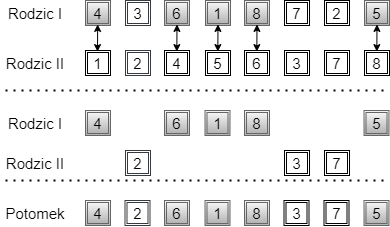
The draw.io diagram grafika/krzyzowanie4.png in KamilLetowski/mgr, before a commit. Source tidied: cells renumbered, new cells last; positions are measured from the earlier drawing's top-left corner, leaving out a move shared by most shapes.
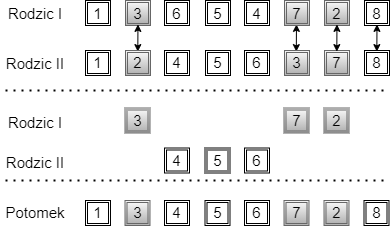
Later version of the same file.

What changed in the source:
```diff
@@ -2,34 +2,34 @@
   <root>
     <mxCell id="0" />
     <mxCell id="1" parent="0" />
-    <mxCell id="2" value="&lt;span style=&quot;font-size: 15px&quot;&gt;5&lt;/span&gt;" style="shape=ext;double=1;rounded=0;whiteSpace=wrap;html=1;gradientColor=#b3b3b3;fillColor=#f5f5f5;strokeColor=#666666;" parent="1" vertex="1">
+    <mxCell id="2" value="&lt;span style=&quot;font-size: 15px&quot;&gt;8&lt;/span&gt;" style="shape=ext;double=1;rounded=0;whiteSpace=wrap;html=1;" parent="1" vertex="1">
       <mxGeometry x="364" width="25" height="25" as="geometry" />
     </mxCell>
-    <mxCell id="3" value="&lt;span style=&quot;font-size: 15px&quot;&gt;2&lt;/span&gt;" style="shape=ext;double=1;rounded=0;whiteSpace=wrap;html=1;" parent="1" vertex="1">
+    <mxCell id="3" value="&lt;span style=&quot;font-size: 15px&quot;&gt;2&lt;/span&gt;" style="shape=ext;double=1;rounded=0;whiteSpace=wrap;html=1;fillColor=#f5f5f5;strokeColor=#666666;gradientColor=#b3b3b3;" parent="1" vertex="1">
       <mxGeometry x="324" width="25" height="25" as="geometry" />
     </mxCell>
-    <mxCell id="4" value="&lt;span style=&quot;font-size: 15px&quot;&gt;4&lt;/span&gt;" style="shape=ext;double=1;rounded=0;whiteSpace=wrap;html=1;strokeColor=#666666;fillColor=#f5f5f5;gradientColor=#b3b3b3;" parent="1" vertex="1">
+    <mxCell id="4" value="&lt;span style=&quot;font-size: 15px&quot;&gt;1&lt;/span&gt;" style="shape=ext;double=1;rounded=0;whiteSpace=wrap;html=1;fillColor=none;" parent="1" vertex="1">
       <mxGeometry x="85" width="25" height="25" as="geometry" />
     </mxCell>
-    <mxCell id="5" value="&lt;span style=&quot;font-size: 15px&quot;&gt;3&lt;/span&gt;" style="shape=ext;double=1;rounded=0;whiteSpace=wrap;html=1;strokeColor=#36393d;fillColor=#FFFFFF;" parent="1" vertex="1">
+    <mxCell id="5" value="&lt;span style=&quot;font-size: 15px&quot;&gt;3&lt;/span&gt;" style="shape=ext;double=1;rounded=0;whiteSpace=wrap;html=1;strokeColor=#666666;fillColor=#f5f5f5;gradientColor=#b3b3b3;" parent="1" vertex="1">
       <mxGeometry x="125" width="25" height="25" as="geometry" />
     </mxCell>
-    <mxCell id="6" value="&lt;span style=&quot;font-size: 15px&quot;&gt;6&lt;/span&gt;" style="shape=ext;double=1;rounded=0;whiteSpace=wrap;html=1;strokeColor=#666666;fillColor=#f5f5f5;gradientColor=#b3b3b3;" parent="1" vertex="1">
+    <mxCell id="6" value="&lt;span style=&quot;font-size: 15px&quot;&gt;6&lt;/span&gt;" style="shape=ext;double=1;rounded=0;whiteSpace=wrap;html=1;" parent="1" vertex="1">
       <mxGeometry x="164" width="25" height="25" as="geometry" />
     </mxCell>
-    <mxCell id="7" value="&lt;span style=&quot;font-size: 15px&quot;&gt;1&lt;/span&gt;" style="shape=ext;double=1;rounded=0;whiteSpace=wrap;html=1;gradientColor=#b3b3b3;fillColor=#f5f5f5;strokeColor=#666666;" parent="1" vertex="1">
+    <mxCell id="7" value="&lt;span style=&quot;font-size: 15px&quot;&gt;5&lt;/span&gt;" style="shape=ext;double=1;rounded=0;whiteSpace=wrap;html=1;" parent="1" vertex="1">
       <mxGeometry x="205" width="25" height="25" as="geometry" />
     </mxCell>
-    <mxCell id="8" value="&lt;span style=&quot;font-size: 15px&quot;&gt;8&lt;/span&gt;" style="shape=ext;double=1;rounded=0;whiteSpace=wrap;html=1;gradientColor=#b3b3b3;fillColor=#f5f5f5;strokeColor=#666666;" parent="1" vertex="1">
+    <mxCell id="8" value="&lt;span style=&quot;font-size: 15px&quot;&gt;4&lt;/span&gt;" style="shape=ext;double=1;rounded=0;whiteSpace=wrap;html=1;" parent="1" vertex="1">
       <mxGeometry x="244" width="25" height="25" as="geometry" />
     </mxCell>
-    <mxCell id="9" value="&lt;span style=&quot;font-size: 15px&quot;&gt;7&lt;/span&gt;" style="shape=ext;double=1;rounded=0;whiteSpace=wrap;html=1;" parent="1" vertex="1">
-      <mxGeometry x="284" width="25" height="25" as="geometry" />
+    <mxCell id="9" value="&lt;span style=&quot;font-size: 15px&quot;&gt;7&lt;/span&gt;" style="shape=ext;double=1;rounded=0;whiteSpace=wrap;html=1;fillColor=#f5f5f5;strokeColor=#666666;gradientColor=#b3b3b3;" parent="1" vertex="1">
+      <mxGeometry x="283.5" y="107.5" width="25" height="25" as="geometry" />
     </mxCell>
     <mxCell id="10" value="&lt;span style=&quot;font-size: 15px&quot;&gt;8&lt;/span&gt;" style="shape=ext;double=1;rounded=0;whiteSpace=wrap;html=1;" parent="1" vertex="1">
       <mxGeometry x="364" y="50" width="25" height="25" as="geometry" />
     </mxCell>
-    <mxCell id="11" value="&lt;span style=&quot;font-size: 15px&quot;&gt;7&lt;/span&gt;" style="shape=ext;double=1;rounded=0;whiteSpace=wrap;html=1;" parent="1" vertex="1">
+    <mxCell id="11" value="&lt;span style=&quot;font-size: 15px&quot;&gt;7&lt;/span&gt;" style="shape=ext;double=1;rounded=0;whiteSpace=wrap;html=1;fillColor=#f5f5f5;strokeColor=#666666;gradientColor=#b3b3b3;" parent="1" vertex="1">
       <mxGeometry x="324" y="50" width="25" height="25" as="geometry" />
     </mxCell>
     <mxCell id="12" value="&lt;span style=&quot;font-size: 15px&quot;&gt;1&lt;/span&gt;" style="shape=ext;double=1;rounded=0;whiteSpace=wrap;html=1;" parent="1" vertex="1">
@@ -58,26 +58,20 @@
     </mxCell>
     <mxCell id="20" style="endArrow=classic;startArrow=classic;html=1;strokeWidth=0;" parent="1" edge="1">
       <mxGeometry relative="1" as="geometry">
-        <mxPoint x="97" y="50" as="sourcePoint" />
-        <mxPoint x="97.2" y="25" as="targetPoint" />
+        <mxPoint x="137.3" y="50" as="sourcePoint" />
+        <mxPoint x="137.5" y="25" as="targetPoint" />
       </mxGeometry>
     </mxCell>
-    <mxCell id="21" style="endArrow=classic;startArrow=classic;html=1;strokeWidth=0;" parent="1" edge="1">
-      <mxGeometry relative="1" as="geometry">
-        <mxPoint x="176.3" y="50" as="sourcePoint" />
-        <mxPoint x="176.5" y="25" as="targetPoint" />
-      </mxGeometry>
-    </mxCell>
     <mxCell id="22" style="endArrow=classic;startArrow=classic;html=1;strokeWidth=0;" parent="1" edge="1">
       <mxGeometry relative="1" as="geometry">
-        <mxPoint x="217.3" y="50" as="sourcePoint" />
-        <mxPoint x="217.5" y="25" as="targetPoint" />
+        <mxPoint x="295.8" y="50" as="sourcePoint" />
+        <mxPoint x="296" y="25" as="targetPoint" />
       </mxGeometry>
     </mxCell>
     <mxCell id="23" style="endArrow=classic;startArrow=classic;html=1;strokeWidth=0;" parent="1" edge="1">
       <mxGeometry relative="1" as="geometry">
-        <mxPoint x="256.3" y="50" as="sourcePoint" />
-        <mxPoint x="256.5" y="25" as="targetPoint" />
+        <mxPoint x="336.3" y="50" as="sourcePoint" />
+        <mxPoint x="336.5" y="25" as="targetPoint" />
       </mxGeometry>
     </mxCell>
     <mxCell id="24" style="endArrow=classic;startArrow=classic;html=1;strokeWidth=0;" parent="1" edge="1">
@@ -86,67 +80,43 @@
         <mxPoint x="376.5" y="25" as="targetPoint" />
       </mxGeometry>
     </mxCell>
-    <mxCell id="25" value="&lt;span style=&quot;font-size: 15px&quot;&gt;2&lt;/span&gt;" style="shape=ext;double=1;rounded=0;whiteSpace=wrap;html=1;strokeColor=#36393d;fillColor=#FFFFFF;" parent="1" vertex="1">
+    <mxCell id="25" value="&lt;span style=&quot;font-size: 15px&quot;&gt;2&lt;/span&gt;" style="shape=ext;double=1;rounded=0;whiteSpace=wrap;html=1;strokeColor=#666666;fillColor=#f5f5f5;gradientColor=#b3b3b3;" parent="1" vertex="1">
       <mxGeometry x="125" y="50" width="25" height="25" as="geometry" />
     </mxCell>
-    <mxCell id="26" value="&lt;span style=&quot;font-size: 15px&quot;&gt;3&lt;/span&gt;" style="shape=ext;double=1;rounded=0;whiteSpace=wrap;html=1;" parent="1" vertex="1">
+    <mxCell id="26" value="&lt;span style=&quot;font-size: 15px&quot;&gt;3&lt;/span&gt;" style="shape=ext;double=1;rounded=0;whiteSpace=wrap;html=1;fillColor=#f5f5f5;strokeColor=#666666;gradientColor=#b3b3b3;" parent="1" vertex="1">
       <mxGeometry x="284" y="50" width="25" height="25" as="geometry" />
     </mxCell>
-    <mxCell id="27" value="&lt;span style=&quot;font-size: 15px&quot;&gt;7&lt;/span&gt;" style="shape=ext;double=1;rounded=0;whiteSpace=wrap;html=1;" parent="1" vertex="1">
-      <mxGeometry x="324" y="150" width="25" height="25" as="geometry" />
-    </mxCell>
-    <mxCell id="28" value="&lt;span style=&quot;font-size: 15px&quot;&gt;2&lt;/span&gt;" style="shape=ext;double=1;rounded=0;whiteSpace=wrap;html=1;strokeColor=#36393d;fillColor=#FFFFFF;" parent="1" vertex="1">
-      <mxGeometry x="125" y="150" width="25" height="25" as="geometry" />
-    </mxCell>
     <mxCell id="29" value="&lt;font style=&quot;font-size: 15px&quot;&gt;Rodzic II&lt;/font&gt;" style="text;html=1;strokeColor=none;fillColor=none;align=center;verticalAlign=middle;whiteSpace=wrap;rounded=0;" parent="1" vertex="1">
       <mxGeometry y="152.5" width="70" height="20" as="geometry" />
     </mxCell>
-    <mxCell id="30" value="&lt;span style=&quot;font-size: 15px&quot;&gt;3&lt;/span&gt;" style="shape=ext;double=1;rounded=0;whiteSpace=wrap;html=1;" parent="1" vertex="1">
-      <mxGeometry x="284" y="150" width="25" height="25" as="geometry" />
-    </mxCell>
-    <mxCell id="31" value="&lt;span style=&quot;font-size: 15px&quot;&gt;1&lt;/span&gt;" style="shape=ext;double=1;rounded=0;whiteSpace=wrap;html=1;gradientColor=#b3b3b3;fillColor=#f5f5f5;strokeColor=#666666;" parent="1" vertex="1">
-      <mxGeometry x="204.5" y="110" width="25" height="25" as="geometry" />
-    </mxCell>
-    <mxCell id="32" value="&lt;span style=&quot;font-size: 15px&quot;&gt;5&lt;/span&gt;" style="shape=ext;double=1;rounded=0;whiteSpace=wrap;html=1;gradientColor=#b3b3b3;fillColor=#f5f5f5;strokeColor=#666666;" parent="1" vertex="1">
-      <mxGeometry x="363.5" y="110" width="25" height="25" as="geometry" />
-    </mxCell>
-    <mxCell id="33" value="&lt;span style=&quot;font-size: 15px&quot;&gt;4&lt;/span&gt;" style="shape=ext;double=1;rounded=0;whiteSpace=wrap;html=1;strokeColor=#666666;fillColor=#f5f5f5;gradientColor=#b3b3b3;" parent="1" vertex="1">
-      <mxGeometry x="85" y="110" width="25" height="25" as="geometry" />
-    </mxCell>
     <mxCell id="34" value="&lt;font style=&quot;font-size: 15px&quot;&gt;Rodzic I&lt;/font&gt;" style="text;html=1;strokeColor=none;fillColor=none;align=center;verticalAlign=middle;whiteSpace=wrap;rounded=0;" parent="1" vertex="1">
       <mxGeometry y="112.5" width="70" height="20" as="geometry" />
     </mxCell>
-    <mxCell id="35" value="&lt;span style=&quot;font-size: 15px&quot;&gt;6&lt;/span&gt;" style="shape=ext;double=1;rounded=0;whiteSpace=wrap;html=1;strokeColor=#666666;fillColor=#f5f5f5;gradientColor=#b3b3b3;" parent="1" vertex="1">
-      <mxGeometry x="164" y="110" width="25" height="25" as="geometry" />
-    </mxCell>
-    <mxCell id="36" value="&lt;span style=&quot;font-size: 15px&quot;&gt;8&lt;/span&gt;" style="shape=ext;double=1;rounded=0;whiteSpace=wrap;html=1;gradientColor=#b3b3b3;fillColor=#f5f5f5;strokeColor=#666666;" parent="1" vertex="1">
-      <mxGeometry x="244" y="110" width="25" height="25" as="geometry" />
-    </mxCell>
-    <mxCell id="37" value="&lt;span style=&quot;font-size: 15px&quot;&gt;7&lt;/span&gt;" style="shape=ext;double=1;rounded=0;whiteSpace=wrap;html=1;" parent="1" vertex="1">
+    <mxCell id="37" value="&lt;span style=&quot;font-size: 15px&quot;&gt;2&lt;/span&gt;" style="shape=ext;double=1;rounded=0;whiteSpace=wrap;html=1;gradientColor=#b3b3b3;fillColor=#f5f5f5;strokeColor=#666666;" parent="1" vertex="1">
       <mxGeometry x="323.5" y="200" width="25" height="25" as="geometry" />
     </mxCell>
-    <mxCell id="38" value="&lt;span style=&quot;font-size: 15px&quot;&gt;2&lt;/span&gt;" style="shape=ext;double=1;rounded=0;whiteSpace=wrap;html=1;strokeColor=#36393d;fillColor=#FFFFFF;" parent="1" vertex="1">
+    <mxCell id="38" value="&lt;span style=&quot;font-size: 15px&quot;&gt;3&lt;/span&gt;" style="shape=ext;double=1;rounded=0;whiteSpace=wrap;html=1;strokeColor=#666666;fillColor=#f5f5f5;gradientColor=#b3b3b3;" parent="1" vertex="1">
       <mxGeometry x="124.5" y="200" width="25" height="25" as="geometry" />
     </mxCell>
-    <mxCell id="39" value="&lt;span style=&quot;font-size: 15px&quot;&gt;3&lt;/span&gt;" style="shape=ext;double=1;rounded=0;whiteSpace=wrap;html=1;" parent="1" vertex="1">
+    <mxCell id="39" value="&lt;span style=&quot;font-size: 15px&quot;&gt;7&lt;/span&gt;" style="shape=ext;double=1;rounded=0;whiteSpace=wrap;html=1;gradientColor=#b3b3b3;fillColor=#f5f5f5;strokeColor=#666666;" parent="1" vertex="1">
       <mxGeometry x="283.5" y="200" width="25" height="25" as="geometry" />
     </mxCell>
-    <mxCell id="40" value="&lt;span style=&quot;font-size: 15px&quot;&gt;1&lt;/span&gt;" style="shape=ext;double=1;rounded=0;whiteSpace=wrap;html=1;gradientColor=#b3b3b3;fillColor=#f5f5f5;strokeColor=#666666;" parent="1" vertex="1">
+    <mxCell id="40" value="&lt;span style=&quot;font-size: 15px&quot;&gt;5&lt;/span&gt;" style="shape=ext;double=1;rounded=0;whiteSpace=wrap;html=1;" parent="1" vertex="1">
       <mxGeometry x="204.5" y="200" width="25" height="25" as="geometry" />
     </mxCell>
-    <mxCell id="41" value="&lt;span style=&quot;font-size: 15px&quot;&gt;5&lt;/span&gt;" style="shape=ext;double=1;rounded=0;whiteSpace=wrap;html=1;gradientColor=#b3b3b3;fillColor=#f5f5f5;strokeColor=#666666;" parent="1" vertex="1">
+    <mxCell id="41" value="&lt;span style=&quot;font-size: 15px&quot;&gt;8&lt;/span&gt;" style="shape=ext;double=1;rounded=0;whiteSpace=wrap;html=1;" parent="1" vertex="1">
       <mxGeometry x="363.5" y="200" width="25" height="25" as="geometry" />
     </mxCell>
-    <mxCell id="42" value="&lt;span style=&quot;font-size: 15px&quot;&gt;4&lt;/span&gt;" style="shape=ext;double=1;rounded=0;whiteSpace=wrap;html=1;strokeColor=#666666;fillColor=#f5f5f5;gradientColor=#b3b3b3;" parent="1" vertex="1">
+    <mxCell id="42" value="&lt;span style=&quot;font-size: 15px&quot;&gt;1&lt;/span&gt;" style="shape=ext;double=1;rounded=0;whiteSpace=wrap;html=1;" parent="1" vertex="1">
       <mxGeometry x="85" y="200" width="25" height="25" as="geometry" />
     </mxCell>
     <mxCell id="43" value="&lt;font style=&quot;font-size: 15px&quot;&gt;Potomek&lt;/font&gt;" style="text;html=1;strokeColor=none;fillColor=none;align=center;verticalAlign=middle;whiteSpace=wrap;rounded=0;" parent="1" vertex="1">
       <mxGeometry y="202.5" width="70" height="20" as="geometry" />
     </mxCell>
-    <mxCell id="44" value="&lt;span style=&quot;font-size: 15px&quot;&gt;6&lt;/span&gt;" style="shape=ext;double=1;rounded=0;whiteSpace=wrap;html=1;strokeColor=#666666;fillColor=#f5f5f5;gradientColor=#b3b3b3;" parent="1" vertex="1">
+    <mxCell id="44" value="&lt;span style=&quot;font-size: 15px&quot;&gt;4&lt;/span&gt;" style="shape=ext;double=1;rounded=0;whiteSpace=wrap;html=1;" parent="1" vertex="1">
       <mxGeometry x="164" y="200" width="25" height="25" as="geometry" />
     </mxCell>
-    <mxCell id="45" value="&lt;span style=&quot;font-size: 15px&quot;&gt;8&lt;/span&gt;" style="shape=ext;double=1;rounded=0;whiteSpace=wrap;html=1;gradientColor=#b3b3b3;fillColor=#f5f5f5;strokeColor=#666666;" parent="1" vertex="1">
+    <mxCell id="45" value="&lt;span style=&quot;font-size: 15px&quot;&gt;6&lt;/span&gt;" style="shape=ext;double=1;rounded=0;whiteSpace=wrap;html=1;" parent="1" vertex="1">
       <mxGeometry x="244" y="200" width="25" height="25" as="geometry" />
     </mxCell>
     <mxCell id="46" style="endArrow=none;dashed=1;html=1;dashPattern=1 3;strokeWidth=2;" parent="1" edge="1">
@@ -161,5 +131,23 @@
         <mxPoint x="385" y="180" as="targetPoint" />
       </mxGeometry>
     </mxCell>
+    <mxCell id="30" value="&lt;span style=&quot;font-size: 15px&quot;&gt;3&lt;/span&gt;" style="shape=ext;double=1;rounded=0;whiteSpace=wrap;html=1;strokeColor=#666666;fillColor=#f5f5f5;gradientColor=#b3b3b3;" parent="1" vertex="1">
+      <mxGeometry x="124.5" y="107.5" width="25" height="25" as="geometry" />
+    </mxCell>
+    <mxCell id="28" value="&lt;span style=&quot;font-size: 15px&quot;&gt;2&lt;/span&gt;" style="shape=ext;double=1;rounded=0;whiteSpace=wrap;html=1;fillColor=#f5f5f5;strokeColor=#666666;gradientColor=#b3b3b3;" parent="1" vertex="1">
+      <mxGeometry x="323.5" y="107.5" width="25" height="25" as="geometry" />
+    </mxCell>
+    <mxCell id="33" value="&lt;span style=&quot;font-size: 15px&quot;&gt;4&lt;/span&gt;" style="shape=ext;double=1;rounded=0;whiteSpace=wrap;html=1;" parent="1" vertex="1">
+      <mxGeometry x="164" y="147.5" width="25" height="25" as="geometry" />
+    </mxCell>
+    <mxCell id="32" value="&lt;span style=&quot;font-size: 15px&quot;&gt;5&lt;/span&gt;" style="shape=ext;double=1;rounded=0;whiteSpace=wrap;html=1;" parent="1" vertex="1">
+      <mxGeometry x="204.5" y="147.5" width="25" height="25" as="geometry" />
+    </mxCell>
+    <mxCell id="35" value="&lt;span style=&quot;font-size: 15px&quot;&gt;6&lt;/span&gt;" style="shape=ext;double=1;rounded=0;whiteSpace=wrap;html=1;" parent="1" vertex="1">
+      <mxGeometry x="244" y="147.5" width="25" height="25" as="geometry" />
+    </mxCell>
+    <mxCell id="27" value="&lt;span style=&quot;font-size: 15px&quot;&gt;7&lt;/span&gt;" style="shape=ext;double=1;rounded=0;whiteSpace=wrap;html=1;fillColor=#f5f5f5;strokeColor=#666666;gradientColor=#b3b3b3;" parent="1" vertex="1">
+      <mxGeometry x="284" width="25" height="25" as="geometry" />
+    </mxCell>
   </root>
 </mxGraphModel>
```
